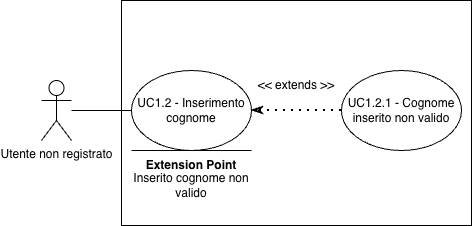
SkarabGroup/DocumentazioneProgetto keeps this draw.io diagram as assets/diagrams/UC1_2.png. Above is the earlier version. Source tidied: cells renumbered, new cells last; positions are measured from the earlier drawing's top-left corner, leaving out a move shared by most shapes. Its diagram source:
```xml
<mxGraphModel>
  <root>
    <mxCell id="0" />
    <mxCell id="1" parent="0" />
    <mxCell id="2" value="Utente non registrato" style="shape=umlActor;verticalLabelPosition=bottom;verticalAlign=top;html=1;outlineConnect=0;" parent="1" vertex="1">
      <mxGeometry y="80" width="30" height="60" as="geometry" />
    </mxCell>
    <mxCell id="3" style="rounded=0;whiteSpace=wrap;html=1;" parent="1" vertex="1">
      <mxGeometry x="80" width="350" height="225" as="geometry" />
    </mxCell>
    <mxCell id="4" value="UC1.2 - Inserimento cognome" style="ellipse;whiteSpace=wrap;html=1;" parent="1" vertex="1">
      <mxGeometry x="90" y="70" width="120" height="80" as="geometry" />
    </mxCell>
    <mxCell id="5" value="UC1.2.1 - Cognome inserito non valido" style="ellipse;whiteSpace=wrap;html=1;" parent="1" vertex="1">
      <mxGeometry x="300" y="70" width="120" height="80" as="geometry" />
    </mxCell>
    <mxCell id="6" style="endArrow=classicThin;dashed=1;html=1;dashPattern=1 3;strokeWidth=2;rounded=0;entryX=1;entryY=0.5;entryDx=0;entryDy=0;exitX=0;exitY=0.5;exitDx=0;exitDy=0;endFill=0;startArrow=none;startFill=0;" parent="1" edge="1" source="5" target="4">
      <mxGeometry relative="1" as="geometry" />
    </mxCell>
    <mxCell id="7" style="endArrow=none;html=1;rounded=0;entryX=0;entryY=0.5;entryDx=0;entryDy=0;" parent="1" edge="1" source="2" target="4">
      <mxGeometry relative="1" as="geometry" />
    </mxCell>
    <mxCell id="8" value="&amp;lt;&amp;lt; extends &amp;gt;&amp;gt;" style="text;html=1;whiteSpace=wrap;strokeColor=none;fillColor=none;align=center;verticalAlign=middle;rounded=0;" parent="1" vertex="1">
      <mxGeometry x="210" y="70" width="90" height="30" as="geometry" />
    </mxCell>
    <mxCell id="9" value="&lt;b&gt;Extension Point&lt;/b&gt;" style="text;html=1;whiteSpace=wrap;strokeColor=none;fillColor=none;align=center;verticalAlign=middle;rounded=0;" parent="1" vertex="1">
      <mxGeometry x="90" y="150" width="120" height="30" as="geometry" />
    </mxCell>
    <mxCell id="10" style="endArrow=none;html=1;rounded=0;" parent="1" edge="1">
      <mxGeometry relative="1" as="geometry">
        <mxPoint x="90" y="150" as="sourcePoint" />
        <mxPoint x="210" y="150" as="targetPoint" />
      </mxGeometry>
    </mxCell>
    <mxCell id="11" value="Inserito cognome non valido" style="text;html=1;whiteSpace=wrap;strokeColor=none;fillColor=none;align=center;verticalAlign=middle;rounded=0;" parent="1" vertex="1">
      <mxGeometry x="80" y="170" width="140" height="30" as="geometry" />
    </mxCell>
  </root>
</mxGraphModel>
```
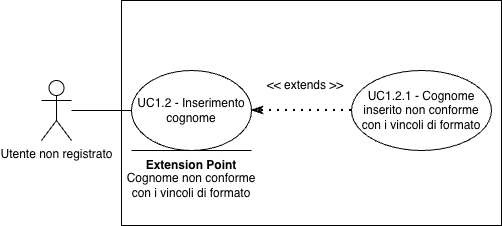
After the change.

Diff of the diagram source:
```diff
@@ -6,13 +6,13 @@
       <mxGeometry y="80" width="30" height="60" as="geometry" />
     </mxCell>
     <mxCell id="3" style="rounded=0;whiteSpace=wrap;html=1;" parent="1" vertex="1">
-      <mxGeometry x="80" width="350" height="225" as="geometry" />
+      <mxGeometry x="80" width="380" height="225" as="geometry" />
     </mxCell>
     <mxCell id="4" value="UC1.2 - Inserimento cognome" style="ellipse;whiteSpace=wrap;html=1;" parent="1" vertex="1">
       <mxGeometry x="90" y="70" width="120" height="80" as="geometry" />
     </mxCell>
-    <mxCell id="5" value="UC1.2.1 - Cognome inserito non valido" style="ellipse;whiteSpace=wrap;html=1;" parent="1" vertex="1">
-      <mxGeometry x="300" y="70" width="120" height="80" as="geometry" />
+    <mxCell id="5" value="UC1.2.1 - Cognome inserito non conforme con i vincoli di formato" style="ellipse;whiteSpace=wrap;html=1;" parent="1" vertex="1">
+      <mxGeometry x="310" y="70" width="140" height="80" as="geometry" />
     </mxCell>
     <mxCell id="6" style="endArrow=classicThin;dashed=1;html=1;dashPattern=1 3;strokeWidth=2;rounded=0;entryX=1;entryY=0.5;entryDx=0;entryDy=0;exitX=0;exitY=0.5;exitDx=0;exitDy=0;endFill=0;startArrow=none;startFill=0;" parent="1" edge="1" source="5" target="4">
       <mxGeometry relative="1" as="geometry" />
@@ -21,7 +21,7 @@
       <mxGeometry relative="1" as="geometry" />
     </mxCell>
     <mxCell id="8" value="&amp;lt;&amp;lt; extends &amp;gt;&amp;gt;" style="text;html=1;whiteSpace=wrap;strokeColor=none;fillColor=none;align=center;verticalAlign=middle;rounded=0;" parent="1" vertex="1">
-      <mxGeometry x="210" y="70" width="90" height="30" as="geometry" />
+      <mxGeometry x="219" y="70" width="90" height="30" as="geometry" />
     </mxCell>
     <mxCell id="9" value="&lt;b&gt;Extension Point&lt;/b&gt;" style="text;html=1;whiteSpace=wrap;strokeColor=none;fillColor=none;align=center;verticalAlign=middle;rounded=0;" parent="1" vertex="1">
       <mxGeometry x="90" y="150" width="120" height="30" as="geometry" />
@@ -32,7 +32,7 @@
         <mxPoint x="210" y="150" as="targetPoint" />
       </mxGeometry>
     </mxCell>
-    <mxCell id="11" value="Inserito cognome non valido" style="text;html=1;whiteSpace=wrap;strokeColor=none;fillColor=none;align=center;verticalAlign=middle;rounded=0;" parent="1" vertex="1">
+    <mxCell id="11" value="Cognome non conforme con i vincoli di formato" style="text;html=1;whiteSpace=wrap;strokeColor=none;fillColor=none;align=center;verticalAlign=middle;rounded=0;" parent="1" vertex="1">
       <mxGeometry x="80" y="170" width="140" height="30" as="geometry" />
     </mxCell>
   </root>
```
